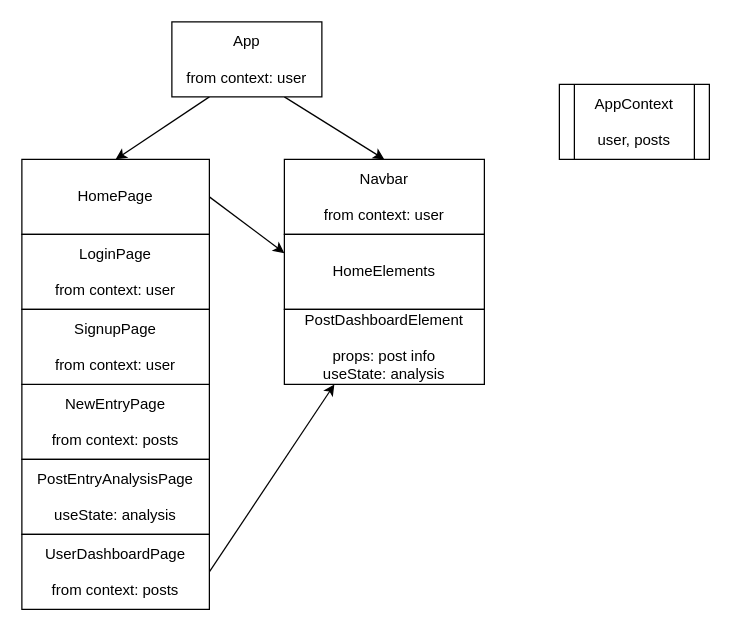
Before: planningStuff/FrontendComponents.dio in arnquic/mental_state_frontend, a draw.io diagram. Source tidied: cells renumbered, new cells numbered last; positions are measured from the earlier drawing's top-left corner, leaving out a move shared by most shapes. Both pictures are drawn from the tidied source at 125%, with x=0, y=0 at pixel (21, 21).
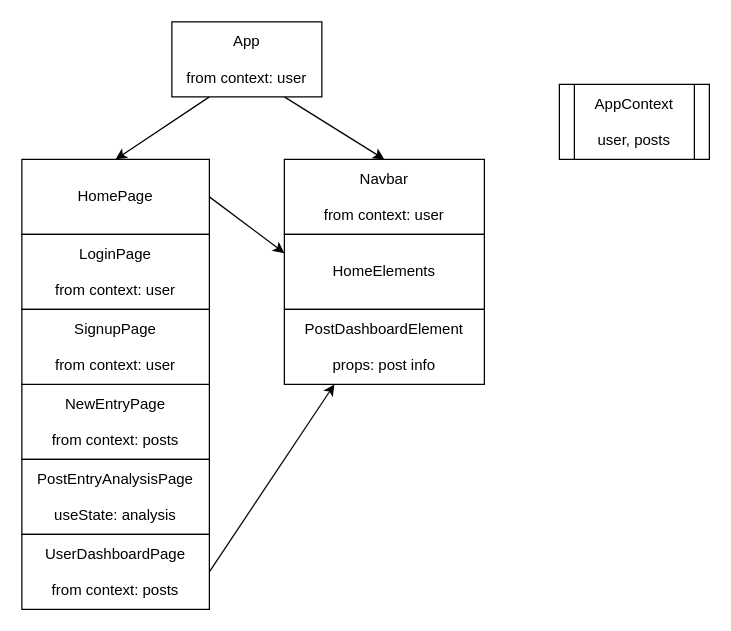
The same diagram, later.

What changed in the source:
```diff
@@
 <mxGraphModel>
   <root>
     <mxCell id="0" />
     <mxCell id="1" parent="0" />
     <mxCell id="2" style="edgeStyle=none;html=1;exitX=0.75;exitY=1;exitDx=0;exitDy=0;entryX=0.5;entryY=0;entryDx=0;entryDy=0;" parent="1" edge="1" source="4" target="5">
       <mxGeometry relative="1" as="geometry" />
     </mxCell>
     <mxCell id="3" style="edgeStyle=none;html=1;exitX=0.25;exitY=1;exitDx=0;exitDy=0;entryX=0.5;entryY=0;entryDx=0;entryDy=0;" parent="1" edge="1" source="4" target="7">
       <mxGeometry relative="1" as="geometry" />
     </mxCell>
     <mxCell id="4" value="App&lt;br&gt;&lt;br&gt;from context: user" style="rounded=0;whiteSpace=wrap;html=1;" parent="1" vertex="1">
       <mxGeometry x="120" width="120" height="60" as="geometry" />
     </mxCell>
     <mxCell id="5" value="Navbar&lt;br&gt;&lt;br&gt;from context: user" style="rounded=0;whiteSpace=wrap;html=1;" parent="1" vertex="1">
       <mxGeometry x="210" y="110" width="160" height="60" as="geometry" />
     </mxCell>
     <mxCell id="6" style="edgeStyle=none;html=1;exitX=1;exitY=0.5;exitDx=0;exitDy=0;entryX=0;entryY=0.25;entryDx=0;entryDy=0;" parent="1" edge="1" source="7" target="13">
       <mxGeometry relative="1" as="geometry" />
     </mxCell>
     <mxCell id="7" value="HomePage" style="rounded=0;whiteSpace=wrap;html=1;" parent="1" vertex="1">
       <mxGeometry y="110" width="150" height="60" as="geometry" />
     </mxCell>
     <mxCell id="8" value="NewEntryPage&lt;br&gt;&lt;br&gt;from context: posts" style="rounded=0;whiteSpace=wrap;html=1;" parent="1" vertex="1">
       <mxGeometry y="290" width="150" height="60" as="geometry" />
     </mxCell>
     <mxCell id="9" value="PostEntryAnalysisPage&lt;br&gt;&lt;br&gt;useState: analysis" style="rounded=0;whiteSpace=wrap;html=1;" parent="1" vertex="1">
       <mxGeometry y="350" width="150" height="60" as="geometry" />
     </mxCell>
     <mxCell id="10" style="edgeStyle=none;html=1;exitX=1;exitY=0.5;exitDx=0;exitDy=0;entryX=0.25;entryY=1;entryDx=0;entryDy=0;" parent="1" edge="1" source="11" target="16">
       <mxGeometry relative="1" as="geometry" />
     </mxCell>
     <mxCell id="11" value="UserDashboardPage&lt;br&gt;&lt;br&gt;from context: posts" style="rounded=0;whiteSpace=wrap;html=1;" parent="1" vertex="1">
       <mxGeometry y="410" width="150" height="60" as="geometry" />
     </mxCell>
     <mxCell id="12" value="AppContext&lt;br&gt;&lt;br&gt;user, posts" style="shape=process;whiteSpace=wrap;html=1;backgroundOutline=1;" parent="1" vertex="1">
       <mxGeometry x="430" y="50" width="120" height="60" as="geometry" />
     </mxCell>
     <mxCell id="13" value="HomeElements" style="rounded=0;whiteSpace=wrap;html=1;" parent="1" vertex="1">
       <mxGeometry x="210" y="170" width="160" height="60" as="geometry" />
     </mxCell>
     <mxCell id="14" value="LoginPage&lt;br&gt;&lt;br&gt;from context: user" style="rounded=0;whiteSpace=wrap;html=1;" parent="1" vertex="1">
       <mxGeometry y="170" width="150" height="60" as="geometry" />
     </mxCell>
     <mxCell id="15" value="SignupPage&lt;br&gt;&lt;br&gt;from context: user" style="rounded=0;whiteSpace=wrap;html=1;" parent="1" vertex="1">
       <mxGeometry y="230" width="150" height="60" as="geometry" />
     </mxCell>
-    <mxCell id="16" value="PostDashboardElement&lt;br&gt;&lt;br&gt;props: post info&lt;br&gt;useState: analysis" style="rounded=0;whiteSpace=wrap;html=1;" parent="1" vertex="1">
+    <mxCell id="16" value="PostDashboardElement&lt;br&gt;&lt;br&gt;props: post info" style="rounded=0;whiteSpace=wrap;html=1;" parent="1" vertex="1">
       <mxGeometry x="210" y="230" width="160" height="60" as="geometry" />
     </mxCell>
   </root>
 </mxGraphModel>
```
